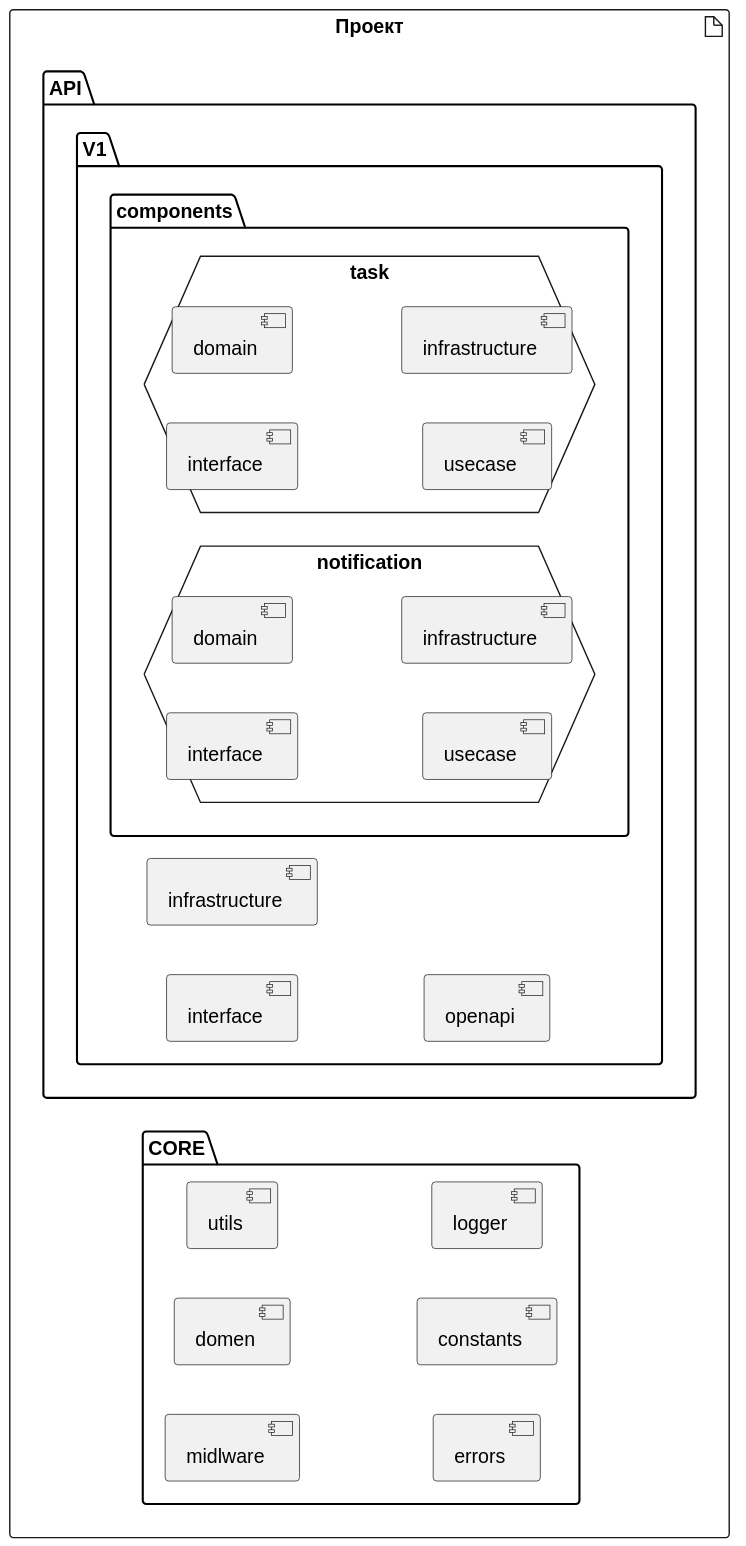
Above: projectdiagram.svg in KravetsMikhail/rest-nodejs-cleanarch-template (PlantUML), before the change.
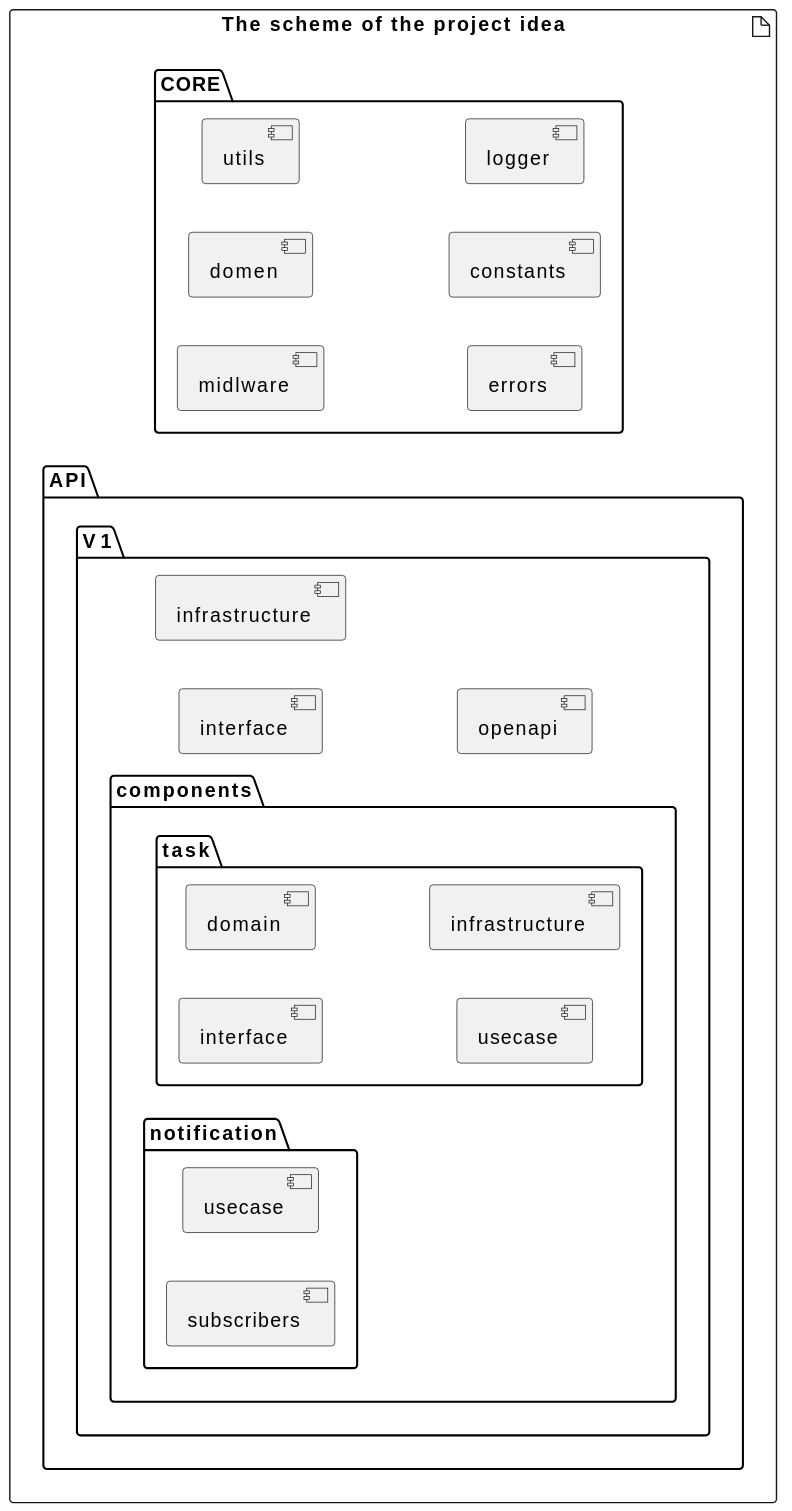
The same file after the commit.

Diff of the diagram source:
```diff
@@ -1,21 +1,19 @@
 @startuml
 left to right direction
-artifact "Проект" {
+artifact "The scheme of the project idea" {
     folder "API" {
         folder "V1" {
             component "interface"
             folder "components" {
-                hexagon "task" {
+                folder "notification" {
+                    component "subscribers" as subscribers2
+                    component "usecase" as usecase2
+                }
+                folder "task" {
                     component "interface" as intr1
                     component "domain" as domain1
                     component "usecase" as usecase1
                     component "infrastructure" as infr1
-                }
-                hexagon "notification" {
-                    component "interface" as intr2
-                    component "domain" as domain2
-                    component "usecase" as usecase2
-                    component "infrastructure" as infr2
                 }
             }
             component "infrastructure"
```
